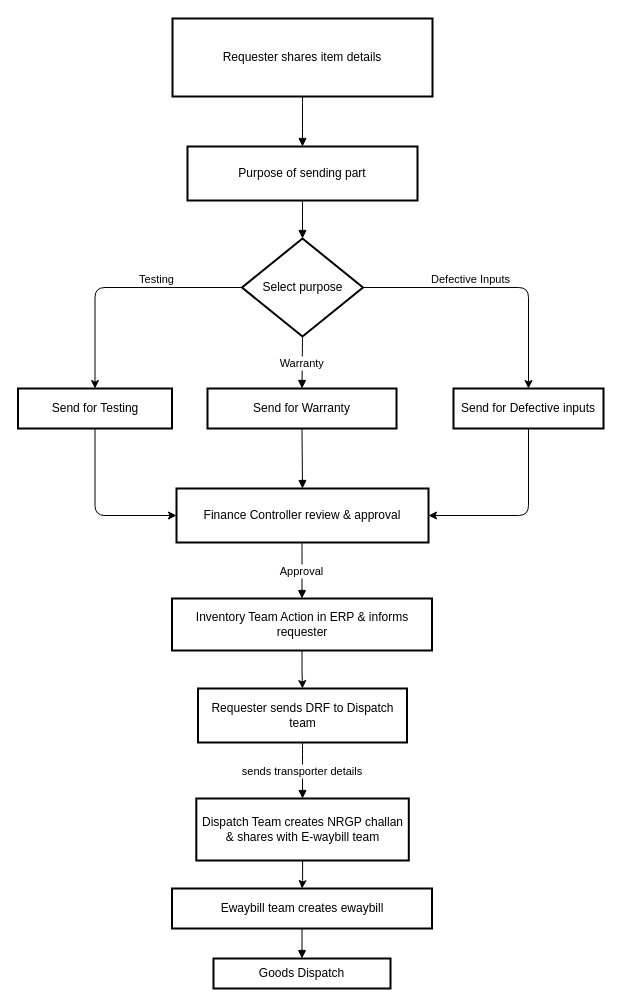
The draw.io diagram NRGP Flow.drawio in apk1995apk/M3, before the edit. Source tidied: cells renumbered, new cells numbered last; positions are measured from the earlier drawing's top-left corner, leaving out a move shared by most shapes. Both pictures are drawn from the tidied source at 100%, with x=0, y=0 at pixel (17, 18).
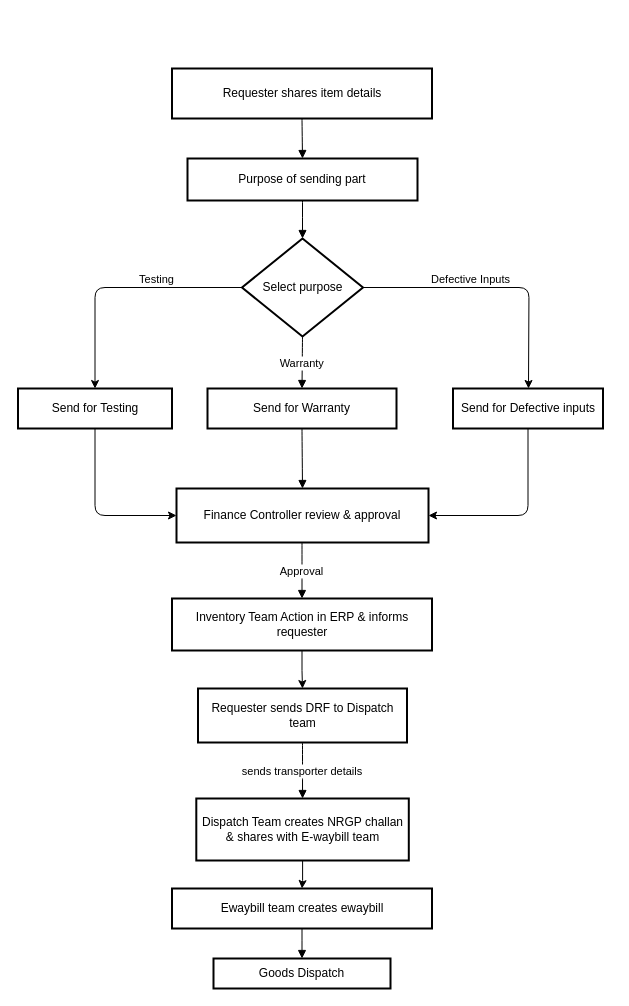
After the change.

The change refers to these unchanged cells:
```xml
<mxCell id="8" value="Select purpose" style="rhombus;strokeWidth=2;whiteSpace=wrap;" parent="1" vertex="1">
  <mxGeometry x="224.5" y="220" width="121" height="98" as="geometry" />
</mxCell>
```

The edit, as a diff of the source:
```diff
@@
     <mxCell id="2" value="Requester shares item details" style="whiteSpace=wrap;strokeWidth=2;" parent="1" vertex="1">
-      <mxGeometry x="155" width="260" height="78" as="geometry" />
+      <mxGeometry x="154.5" y="50" width="260" height="50" as="geometry" />
     </mxCell>
     <mxCell id="3" value="Purpose of sending part" style="whiteSpace=wrap;strokeWidth=2;" parent="1" vertex="1">
-      <mxGeometry x="170" y="128" width="230" height="54" as="geometry" />
+      <mxGeometry x="170" y="140" width="230" height="42" as="geometry" />
     </mxCell>
@@
-    <mxCell id="6" style="edgeStyle=orthogonalEdgeStyle;rounded=1;jettySize=auto;html=1;exitX=1;exitY=0.5;exitDx=0;exitDy=0;entryX=0.5;entryY=0;entryDx=0;entryDy=0;curved=0;" parent="1" edge="1" source="8" target="13">
-      <mxGeometry relative="1" as="geometry" />
+    <mxCell id="6" style="edgeStyle=orthogonalEdgeStyle;rounded=1;jettySize=auto;html=1;exitX=1;exitY=0.5;exitDx=0;exitDy=0;entryX=0.5;entryY=0;entryDx=0;entryDy=0;curved=0;" parent="1" edge="1" source="8">
+      <mxGeometry relative="1" as="geometry">
+        <mxPoint x="511" y="370" as="targetPoint" />
+      </mxGeometry>
     </mxCell>
@@
-    <mxCell id="13" value="Send for Defective inputs" style="whiteSpace=wrap;strokeWidth=2;" parent="1" vertex="1">
-      <mxGeometry x="436" y="370" width="150" height="40" as="geometry" />
-    </mxCell>
@@
+    <mxCell id="29" style="edgeStyle=orthogonalEdgeStyle;rounded=1;jettySize=auto;html=1;exitX=0.5;exitY=1;exitDx=0;exitDy=0;entryX=1;entryY=0.5;entryDx=0;entryDy=0;curved=0;" parent="1" edge="1" target="13">
+      <mxGeometry relative="1" as="geometry">
+        <mxPoint x="511" y="410" as="sourcePoint" />
+      </mxGeometry>
+    </mxCell>
+    <mxCell id="13" value="Send for Defective inputs" style="whiteSpace=wrap;strokeWidth=2;" parent="1" vertex="1">
+      <mxGeometry x="435.5" y="370" width="150" height="40" as="geometry" />
+    </mxCell>
```
